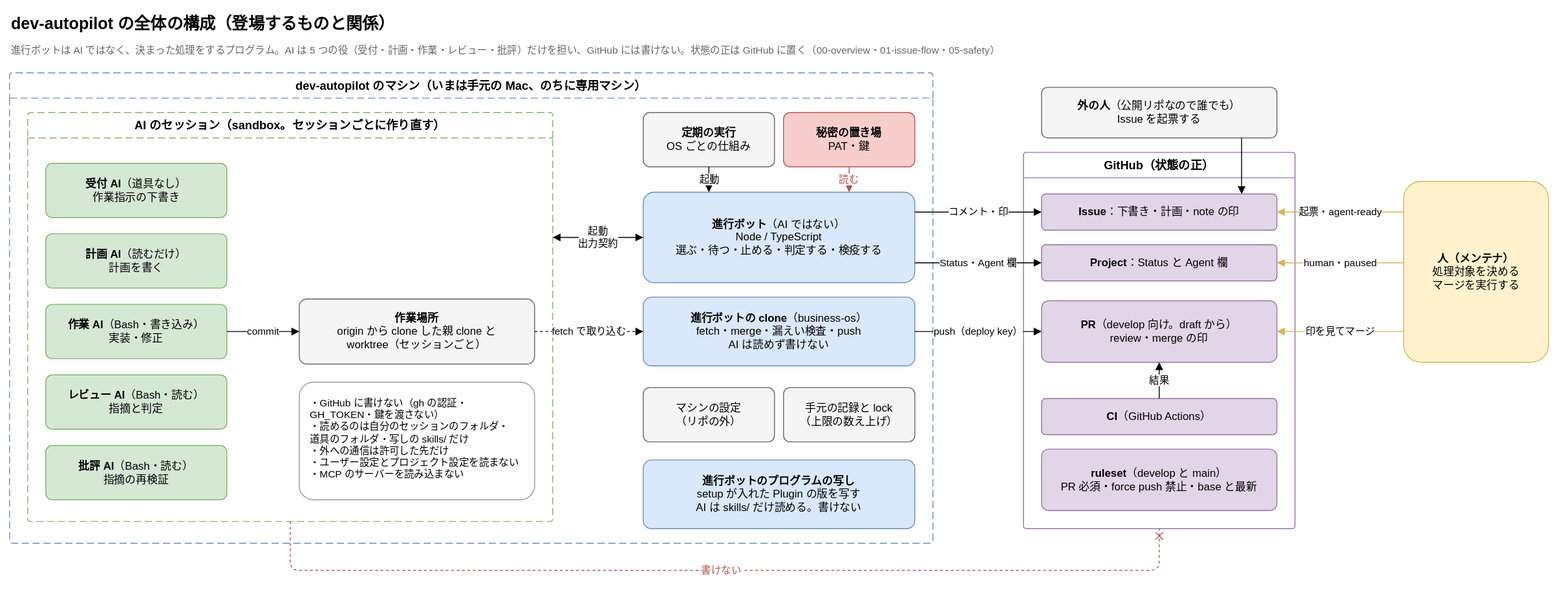
Joymerrevent/dev-autopilot keeps this draw.io diagram as docs/diagrams/overview.drawio.svg. Above is the earlier version. Source tidied: cells renumbered, new cells last; positions are measured from the earlier drawing's top-left corner, leaving out a move shared by most shapes.
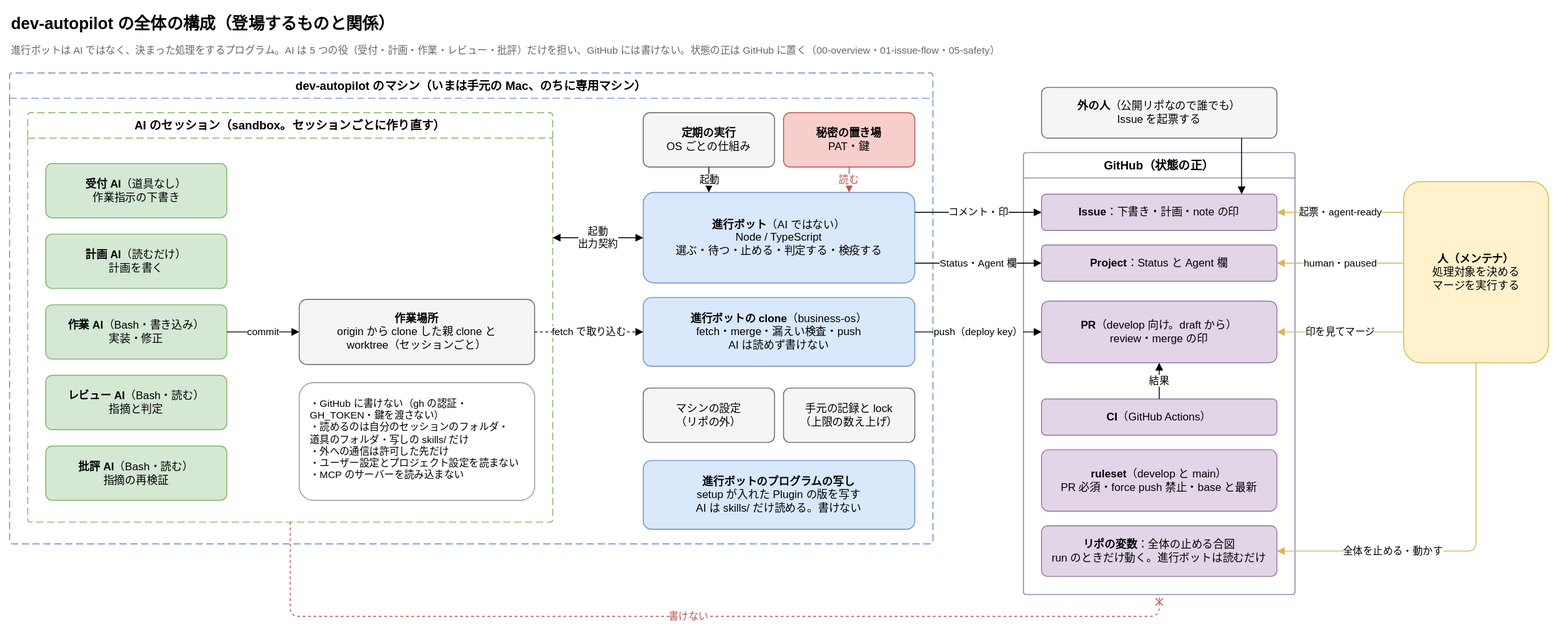
Later version of the same file.

Diff of the diagram source:
```diff
@@ -57,7 +57,7 @@
       <mxGeometry x="855" y="418" width="145" height="60" as="geometry" />
     </mxCell>
     <mxCell id="20" value="GitHub（状態の正）" style="swimlane;startSize=28;html=1;whiteSpace=wrap;rounded=1;arcSize=4;fontStyle=1;fontSize=13;strokeColor=#9673a6;fillColor=none;swimlaneFillColor=none;" parent="1" vertex="1">
-      <mxGeometry x="1120" y="158" width="300" height="416" as="geometry" />
+      <mxGeometry x="1120" y="158" width="300" height="488" as="geometry" />
     </mxCell>
     <mxCell id="21" value="&lt;b&gt;Issue&lt;/b&gt;：下書き・計画・note の印" style="rounded=1;whiteSpace=wrap;html=1;fontSize=12;arcSize=12;fillColor=#e1d5e7;strokeColor=#9673a6;spacing=12;" parent="20" vertex="1">
       <mxGeometry x="20" y="46" width="260" height="40" as="geometry" />
@@ -74,6 +74,9 @@
     <mxCell id="25" value="&lt;b&gt;ruleset&lt;/b&gt;（develop と main）&lt;br&gt;PR 必須・force push 禁止・base と最新" style="rounded=1;whiteSpace=wrap;html=1;fontSize=12;arcSize=12;fillColor=#e1d5e7;strokeColor=#9673a6;spacing=12;" parent="20" vertex="1">
       <mxGeometry x="20" y="328" width="260" height="68" as="geometry" />
     </mxCell>
+    <mxCell id="42" value="&lt;b&gt;リポの変数&lt;/b&gt;：全体の止める合図&lt;br&gt;run のときだけ動く。進行ボットは読むだけ" style="rounded=1;whiteSpace=wrap;html=1;fontSize=12;arcSize=12;fillColor=#e1d5e7;strokeColor=#9673a6;spacing=12;" parent="20" vertex="1">
+      <mxGeometry x="20" y="412" width="260" height="56" as="geometry" />
+    </mxCell>
     <mxCell id="26" value="&lt;b&gt;人（メンテナ）&lt;/b&gt;&lt;br&gt;処理対象を決める&lt;br&gt;マージを実行する" style="rounded=1;whiteSpace=wrap;html=1;fontSize=12;arcSize=12;fillColor=#fff2cc;strokeColor=#d6b656;spacing=12;" parent="1" vertex="1">
       <mxGeometry x="1540" y="190" width="160" height="200" as="geometry" />
     </mxCell>
@@ -116,14 +119,17 @@
     <mxCell id="39" value="human・paused" style="edgeStyle=orthogonalEdgeStyle;rounded=1;html=1;endArrow=block;endFill=1;fontSize=11;labelBackgroundColor=#ffffff;strokeColor=#d6b656;exitDx=0;exitDy=0;entryDx=0;entryDy=0;exitX=0;exitY=0.45;entryX=1;entryY=0.5;" parent="1" edge="1" source="26" target="22">
       <mxGeometry relative="1" as="geometry" />
     </mxCell>
+    <mxCell id="43" value="全体を止める・動かす" style="edgeStyle=orthogonalEdgeStyle;rounded=1;html=1;endArrow=block;endFill=1;fontSize=11;labelBackgroundColor=#ffffff;strokeColor=#d6b656;exitDx=0;exitDy=0;entryDx=0;entryDy=0;exitX=0.5;exitY=1;entryX=1;entryY=0.5;" parent="1" edge="1" source="26" target="42">
+      <mxGeometry x="0.4" relative="1" as="geometry" />
+    </mxCell>
     <mxCell id="40" value="印を見てマージ" style="edgeStyle=orthogonalEdgeStyle;rounded=1;html=1;endArrow=block;endFill=1;fontSize=11;labelBackgroundColor=#ffffff;strokeColor=#d6b656;exitDx=0;exitDy=0;entryDx=0;entryDy=0;exitX=0;exitY=0.83;entryX=1;entryY=0.5;" parent="1" edge="1" source="26" target="23">
       <mxGeometry relative="1" as="geometry" />
     </mxCell>
     <mxCell id="41" value="書けない" style="edgeStyle=orthogonalEdgeStyle;rounded=1;html=1;endArrow=block;endFill=1;fontSize=11;labelBackgroundColor=#ffffff;dashed=1;strokeColor=#b85450;fontColor=#b85450;endArrow=cross;endFill=0;exitDx=0;exitDy=0;entryDx=0;entryDy=0;exitX=0.5;exitY=1;entryX=0.5;entryY=1;" parent="1" edge="1" source="5" target="20">
       <mxGeometry relative="1" as="geometry">
         <Array as="points">
-          <mxPoint x="310" y="620" />
-          <mxPoint x="1270" y="620" />
+          <mxPoint x="310" y="670" />
+          <mxPoint x="1270" y="670" />
         </Array>
       </mxGeometry>
     </mxCell>
```
